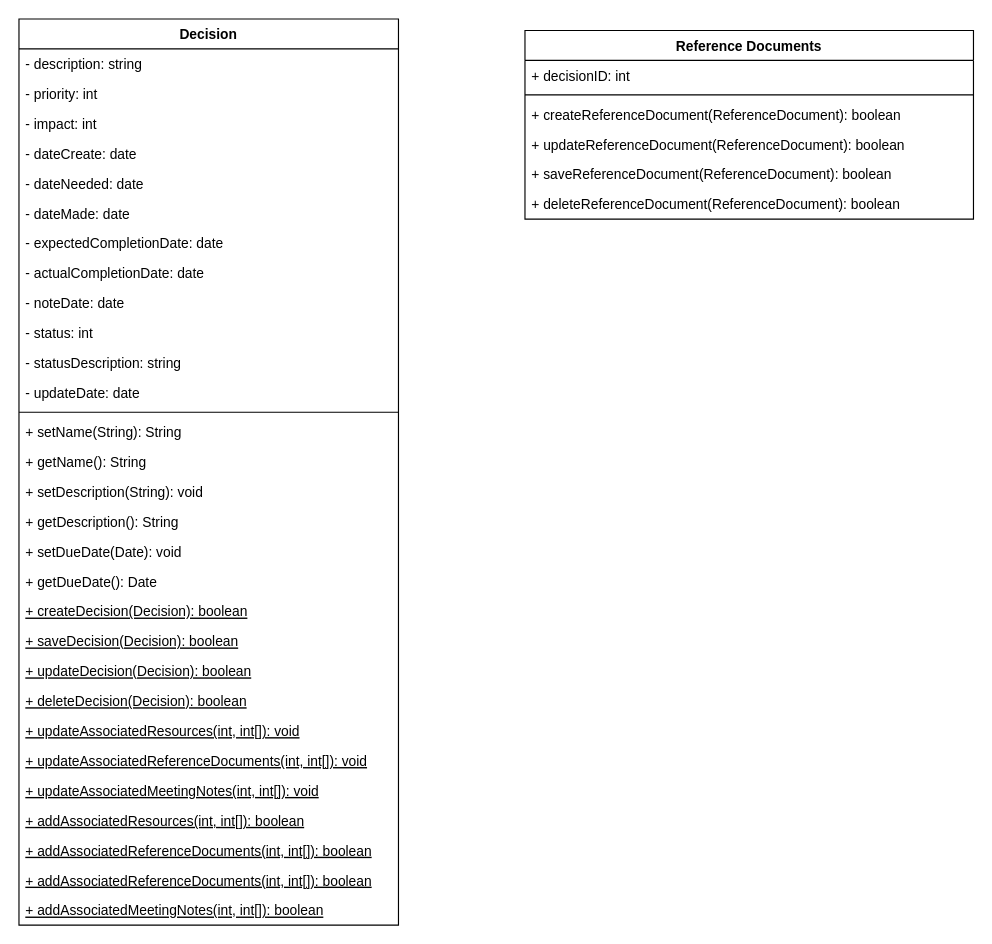
The draw.io diagram diagrams/umlAlice.drawio in alicebalayan/comp380---project3, before the edit. Source tidied: cells renumbered, new cells numbered last; positions are measured from the earlier drawing's top-left corner, leaving out a move shared by most shapes. Both pictures are drawn from the tidied source at 115%, with x=0, y=0 at pixel (18, 18).
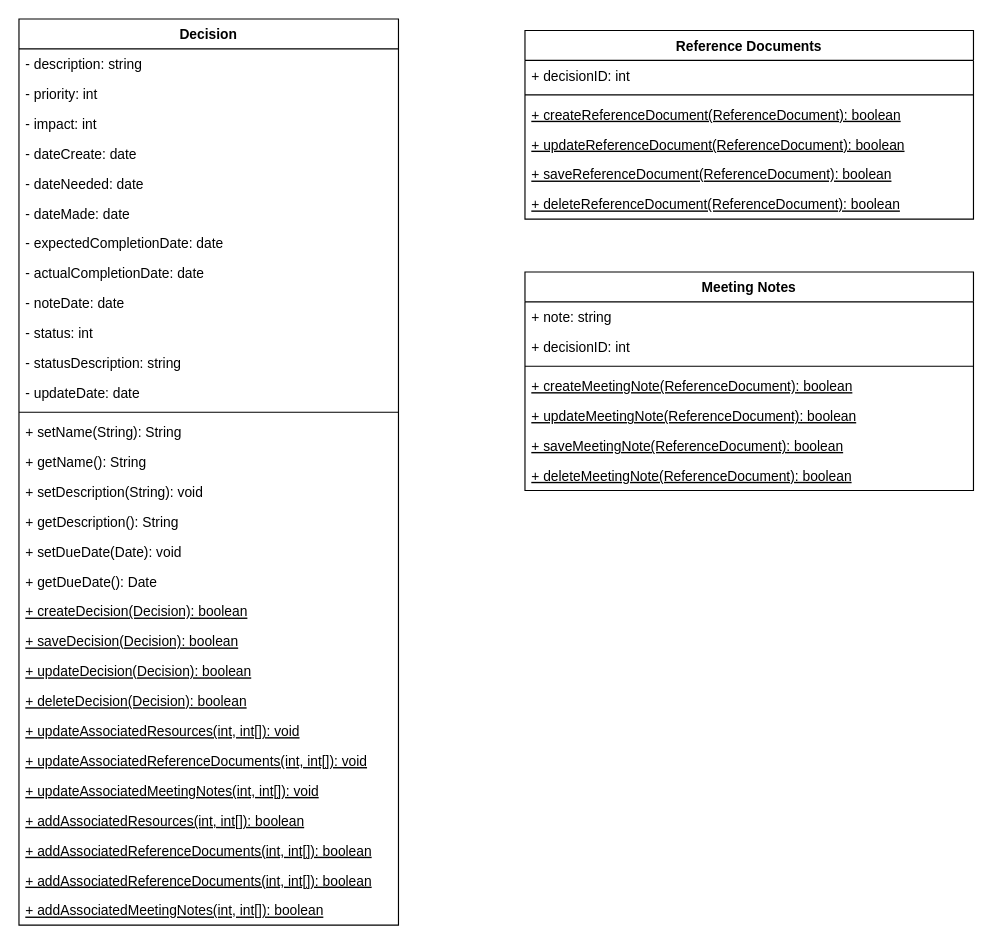
The same diagram, later.

Commit message:
Add Meeting Notes

Unchanged cells that the change refers to:
```xml
<mxCell id="33" value="Reference Documents" style="swimlane;fontStyle=1;align=center;verticalAlign=top;horizontal=1;startSize=26;" parent="1" vertex="1">
  <mxGeometry x="440" y="10" width="390" height="164" as="geometry" />
</mxCell>
```

What changed in the source:
```diff
@@
-    <mxCell id="36" value="+ createReferenceDocument(ReferenceDocument): boolean" style="text;strokeColor=none;fillColor=none;align=left;verticalAlign=top;spacingLeft=4;spacingRight=4;overflow=hidden;" parent="33" vertex="1">
+    <mxCell id="36" value="+ createReferenceDocument(ReferenceDocument): boolean" style="text;strokeColor=none;fillColor=none;align=left;verticalAlign=top;spacingLeft=4;spacingRight=4;overflow=hidden;fontStyle=4;" parent="33" vertex="1">
       <mxGeometry y="60" width="390" height="26" as="geometry" />
     </mxCell>
-    <mxCell id="37" value="+ updateReferenceDocument(ReferenceDocument): boolean" style="text;strokeColor=none;fillColor=none;align=left;verticalAlign=top;spacingLeft=4;spacingRight=4;overflow=hidden;" parent="33" vertex="1">
+    <mxCell id="37" value="+ updateReferenceDocument(ReferenceDocument): boolean" style="text;strokeColor=none;fillColor=none;align=left;verticalAlign=top;spacingLeft=4;spacingRight=4;overflow=hidden;fontStyle=4;" parent="33" vertex="1">
       <mxGeometry y="86" width="390" height="26" as="geometry" />
     </mxCell>
-    <mxCell id="38" value="+ saveReferenceDocument(ReferenceDocument): boolean" style="text;strokeColor=none;fillColor=none;align=left;verticalAlign=top;spacingLeft=4;spacingRight=4;overflow=hidden;" parent="33" vertex="1">
+    <mxCell id="38" value="+ saveReferenceDocument(ReferenceDocument): boolean" style="text;strokeColor=none;fillColor=none;align=left;verticalAlign=top;spacingLeft=4;spacingRight=4;overflow=hidden;fontStyle=4;" parent="33" vertex="1">
       <mxGeometry y="112" width="390" height="26" as="geometry" />
     </mxCell>
-    <mxCell id="39" value="+ deleteReferenceDocument(ReferenceDocument): boolean" style="text;strokeColor=none;fillColor=none;align=left;verticalAlign=top;spacingLeft=4;spacingRight=4;overflow=hidden;" parent="33" vertex="1">
+    <mxCell id="39" value="+ deleteReferenceDocument(ReferenceDocument): boolean" style="text;strokeColor=none;fillColor=none;align=left;verticalAlign=top;spacingLeft=4;spacingRight=4;overflow=hidden;fontStyle=4;" parent="33" vertex="1">
       <mxGeometry y="138" width="390" height="26" as="geometry" />
     </mxCell>
+    <mxCell id="40" value="Meeting Notes" style="swimlane;fontStyle=1;align=center;verticalAlign=top;horizontal=1;startSize=26;" parent="1" vertex="1">
+      <mxGeometry x="440" y="220" width="390" height="190" as="geometry" />
+    </mxCell>
+    <mxCell id="41" value="+ note: string" style="text;strokeColor=none;fillColor=none;align=left;verticalAlign=top;spacingLeft=4;spacingRight=4;overflow=hidden;" parent="40" vertex="1">
+      <mxGeometry y="26" width="390" height="26" as="geometry" />
+    </mxCell>
+    <mxCell id="42" value="+ decisionID: int" style="text;strokeColor=none;fillColor=none;align=left;verticalAlign=top;spacingLeft=4;spacingRight=4;overflow=hidden;" parent="40" vertex="1">
+      <mxGeometry y="52" width="390" height="26" as="geometry" />
+    </mxCell>
+    <mxCell id="43" style="line;strokeWidth=1;fillColor=none;align=left;verticalAlign=middle;spacingTop=-1;spacingLeft=3;spacingRight=3;labelPosition=right;" parent="40" vertex="1">
+      <mxGeometry y="78" width="390" height="8" as="geometry" />
+    </mxCell>
+    <mxCell id="44" value="+ createMeetingNote(ReferenceDocument): boolean" style="text;strokeColor=none;fillColor=none;align=left;verticalAlign=top;spacingLeft=4;spacingRight=4;overflow=hidden;fontStyle=4;" parent="40" vertex="1">
+      <mxGeometry y="86" width="390" height="26" as="geometry" />
+    </mxCell>
+    <mxCell id="45" value="+ updateMeetingNote(ReferenceDocument): boolean" style="text;strokeColor=none;fillColor=none;align=left;verticalAlign=top;spacingLeft=4;spacingRight=4;overflow=hidden;fontStyle=4;" parent="40" vertex="1">
+      <mxGeometry y="112" width="390" height="26" as="geometry" />
+    </mxCell>
+    <mxCell id="46" value="+ saveMeetingNote(ReferenceDocument): boolean" style="text;strokeColor=none;fillColor=none;align=left;verticalAlign=top;spacingLeft=4;spacingRight=4;overflow=hidden;fontStyle=4;" parent="40" vertex="1">
+      <mxGeometry y="138" width="390" height="26" as="geometry" />
+    </mxCell>
+    <mxCell id="47" value="+ deleteMeetingNote(ReferenceDocument): boolean" style="text;strokeColor=none;fillColor=none;align=left;verticalAlign=top;spacingLeft=4;spacingRight=4;overflow=hidden;fontStyle=4;" parent="40" vertex="1">
+      <mxGeometry y="164" width="390" height="26" as="geometry" />
+    </mxCell>
```
